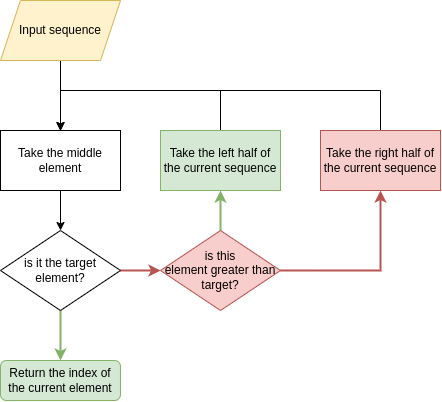
The draw.io diagram drawio/binary_search_flowchart.drawio.png in Daniel-March-Portfolio/.github, before a commit. Source tidied: cells renumbered, new cells last; positions are measured from the earlier drawing's top-left corner, leaving out a move shared by most shapes.
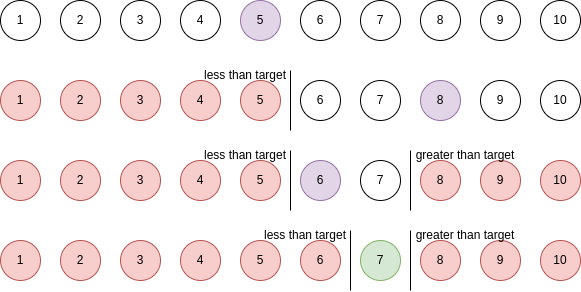
After the change.

What changed in the source:
```diff
@@ -2,61 +2,170 @@
   <root>
     <mxCell id="0" />
     <mxCell id="1" parent="0" />
-    <mxCell id="2" style="edgeStyle=orthogonalEdgeStyle;rounded=0;jettySize=auto;html=1;exitX=0.5;exitY=1;exitDx=0;exitDy=0;" parent="1" edge="1" source="3" target="5">
-      <mxGeometry relative="1" as="geometry" />
-    </mxCell>
-    <mxCell id="3" value="Input sequence" style="shape=parallelogram;perimeter=parallelogramPerimeter;whiteSpace=wrap;html=1;fixedSize=1;fillColor=#fff2cc;strokeColor=#d6b656;" parent="1" vertex="1">
-      <mxGeometry width="120" height="60" as="geometry" />
-    </mxCell>
-    <mxCell id="4" style="edgeStyle=orthogonalEdgeStyle;rounded=0;jettySize=auto;html=1;exitX=0.5;exitY=1;exitDx=0;exitDy=0;" parent="1" edge="1" source="5" target="8">
-      <mxGeometry relative="1" as="geometry" />
-    </mxCell>
-    <mxCell id="5" value="Take the middle element" style="rounded=0;whiteSpace=wrap;html=1;" parent="1" vertex="1">
-      <mxGeometry y="130" width="120" height="60" as="geometry" />
-    </mxCell>
-    <mxCell id="6" style="edgeStyle=orthogonalEdgeStyle;rounded=0;jettySize=auto;html=1;exitX=0.5;exitY=1;exitDx=0;exitDy=0;fillColor=#d5e8d4;strokeColor=#82b366;strokeWidth=2;" parent="1" edge="1" source="8" target="9">
-      <mxGeometry relative="1" as="geometry" />
-    </mxCell>
-    <mxCell id="7" style="edgeStyle=orthogonalEdgeStyle;rounded=0;jettySize=auto;html=1;exitX=1;exitY=0.5;exitDx=0;exitDy=0;fillColor=#f8cecc;strokeColor=#b85450;strokeWidth=2;" parent="1" edge="1" source="8" target="12">
-      <mxGeometry relative="1" as="geometry" />
-    </mxCell>
-    <mxCell id="8" value="is it the target element?" style="rhombus;whiteSpace=wrap;html=1;" parent="1" vertex="1">
-      <mxGeometry y="230" width="120" height="80" as="geometry" />
-    </mxCell>
-    <mxCell id="9" value="Return the index of the current element" style="rounded=1;whiteSpace=wrap;html=1;fillColor=#d5e8d4;strokeColor=#82b366;" parent="1" vertex="1">
-      <mxGeometry y="360" width="120" height="40" as="geometry" />
-    </mxCell>
-    <mxCell id="10" style="edgeStyle=orthogonalEdgeStyle;rounded=0;jettySize=auto;html=1;exitX=0.5;exitY=0;exitDx=0;exitDy=0;entryX=0.5;entryY=1;entryDx=0;entryDy=0;fillColor=#d5e8d4;strokeColor=#82b366;strokeWidth=2;" parent="1" edge="1" source="12" target="14">
-      <mxGeometry relative="1" as="geometry" />
-    </mxCell>
-    <mxCell id="11" style="edgeStyle=orthogonalEdgeStyle;rounded=0;jettySize=auto;html=1;exitX=1;exitY=0.5;exitDx=0;exitDy=0;entryX=0.5;entryY=1;entryDx=0;entryDy=0;fillColor=#f8cecc;strokeColor=#b85450;strokeWidth=2;" parent="1" edge="1" source="12" target="16">
-      <mxGeometry relative="1" as="geometry" />
-    </mxCell>
-    <mxCell id="12" value="is this &lt;br&gt;element greater than &lt;br&gt;target?" style="rhombus;whiteSpace=wrap;html=1;fillColor=#f8cecc;strokeColor=#b85450;" parent="1" vertex="1">
-      <mxGeometry x="160" y="230" width="120" height="80" as="geometry" />
-    </mxCell>
-    <mxCell id="13" style="edgeStyle=orthogonalEdgeStyle;rounded=0;jettySize=auto;html=1;exitX=0.5;exitY=0;exitDx=0;exitDy=0;entryX=0.5;entryY=0;entryDx=0;entryDy=0;" parent="1" edge="1" source="14" target="5">
-      <mxGeometry relative="1" as="geometry">
-        <Array as="points">
-          <mxPoint x="220" y="90" />
-          <mxPoint x="60" y="90" />
-        </Array>
-      </mxGeometry>
-    </mxCell>
-    <mxCell id="14" value="Take the left half of the current sequence" style="rounded=0;whiteSpace=wrap;html=1;fillColor=#d5e8d4;strokeColor=#82b366;" parent="1" vertex="1">
-      <mxGeometry x="160" y="130" width="120" height="60" as="geometry" />
-    </mxCell>
-    <mxCell id="15" style="edgeStyle=orthogonalEdgeStyle;rounded=0;jettySize=auto;html=1;exitX=0.5;exitY=0;exitDx=0;exitDy=0;" parent="1" edge="1" source="16">
-      <mxGeometry relative="1" as="geometry">
-        <mxPoint x="60" y="130.3" as="targetPoint" />
-        <Array as="points">
-          <mxPoint x="380" y="90" />
-          <mxPoint x="60" y="90" />
-        </Array>
-      </mxGeometry>
-    </mxCell>
-    <mxCell id="16" value="Take the right half of the current sequence" style="rounded=0;whiteSpace=wrap;html=1;fillColor=#f8cecc;strokeColor=#b85450;" parent="1" vertex="1">
-      <mxGeometry x="320" y="130" width="120" height="60" as="geometry" />
-    </mxCell>
+    <mxCell id="17" value="1" style="ellipse;whiteSpace=wrap;html=1;" parent="1" vertex="1">
+      <mxGeometry x="-360" y="-90" width="40" height="40" as="geometry" />
+    </mxCell>
+    <mxCell id="18" value="2" style="ellipse;whiteSpace=wrap;html=1;" parent="1" vertex="1">
+      <mxGeometry x="-300" y="-90" width="40" height="40" as="geometry" />
+    </mxCell>
+    <mxCell id="19" value="3" style="ellipse;whiteSpace=wrap;html=1;" parent="1" vertex="1">
+      <mxGeometry x="-240" y="-90" width="40" height="40" as="geometry" />
+    </mxCell>
+    <mxCell id="20" value="4" style="ellipse;whiteSpace=wrap;html=1;" parent="1" vertex="1">
+      <mxGeometry x="-180" y="-90" width="40" height="40" as="geometry" />
+    </mxCell>
+    <mxCell id="21" value="5" style="ellipse;whiteSpace=wrap;html=1;fillColor=#e1d5e7;strokeColor=#9673a6;" parent="1" vertex="1">
+      <mxGeometry x="-120" y="-90" width="40" height="40" as="geometry" />
+    </mxCell>
+    <mxCell id="22" value="6" style="ellipse;whiteSpace=wrap;html=1;" parent="1" vertex="1">
+      <mxGeometry x="-60" y="-90" width="40" height="40" as="geometry" />
+    </mxCell>
+    <mxCell id="23" value="7" style="ellipse;whiteSpace=wrap;html=1;" parent="1" vertex="1">
+      <mxGeometry y="-90" width="40" height="40" as="geometry" />
+    </mxCell>
+    <mxCell id="24" value="8" style="ellipse;whiteSpace=wrap;html=1;" parent="1" vertex="1">
+      <mxGeometry x="60" y="-90" width="40" height="40" as="geometry" />
+    </mxCell>
+    <mxCell id="25" value="9" style="ellipse;whiteSpace=wrap;html=1;" parent="1" vertex="1">
+      <mxGeometry x="120" y="-90" width="40" height="40" as="geometry" />
+    </mxCell>
+    <mxCell id="26" value="10" style="ellipse;whiteSpace=wrap;html=1;" parent="1" vertex="1">
+      <mxGeometry x="180" y="-90" width="40" height="40" as="geometry" />
+    </mxCell>
+    <mxCell id="27" value="1" style="ellipse;whiteSpace=wrap;html=1;fillColor=#f8cecc;strokeColor=#b85450;" parent="1" vertex="1">
+      <mxGeometry x="-360" y="-10" width="40" height="40" as="geometry" />
+    </mxCell>
+    <mxCell id="28" value="2" style="ellipse;whiteSpace=wrap;html=1;fillColor=#f8cecc;strokeColor=#b85450;" parent="1" vertex="1">
+      <mxGeometry x="-300" y="-10" width="40" height="40" as="geometry" />
+    </mxCell>
+    <mxCell id="29" value="3" style="ellipse;whiteSpace=wrap;html=1;fillColor=#f8cecc;strokeColor=#b85450;" parent="1" vertex="1">
+      <mxGeometry x="-240" y="-10" width="40" height="40" as="geometry" />
+    </mxCell>
+    <mxCell id="30" value="4" style="ellipse;whiteSpace=wrap;html=1;fillColor=#f8cecc;strokeColor=#b85450;" parent="1" vertex="1">
+      <mxGeometry x="-180" y="-10" width="40" height="40" as="geometry" />
+    </mxCell>
+    <mxCell id="31" value="5" style="ellipse;whiteSpace=wrap;html=1;fillColor=#f8cecc;strokeColor=#b85450;" parent="1" vertex="1">
+      <mxGeometry x="-120" y="-10" width="40" height="40" as="geometry" />
+    </mxCell>
+    <mxCell id="32" value="6" style="ellipse;whiteSpace=wrap;html=1;" parent="1" vertex="1">
+      <mxGeometry x="-60" y="-10" width="40" height="40" as="geometry" />
+    </mxCell>
+    <mxCell id="33" value="7" style="ellipse;whiteSpace=wrap;html=1;" parent="1" vertex="1">
+      <mxGeometry y="-10" width="40" height="40" as="geometry" />
+    </mxCell>
+    <mxCell id="34" value="8" style="ellipse;whiteSpace=wrap;html=1;fillColor=#e1d5e7;strokeColor=#9673a6;" parent="1" vertex="1">
+      <mxGeometry x="60" y="-10" width="40" height="40" as="geometry" />
+    </mxCell>
+    <mxCell id="35" value="9" style="ellipse;whiteSpace=wrap;html=1;" parent="1" vertex="1">
+      <mxGeometry x="120" y="-10" width="40" height="40" as="geometry" />
+    </mxCell>
+    <mxCell id="36" value="10" style="ellipse;whiteSpace=wrap;html=1;" parent="1" vertex="1">
+      <mxGeometry x="180" y="-10" width="40" height="40" as="geometry" />
+    </mxCell>
+    <mxCell id="37" value="1" style="ellipse;whiteSpace=wrap;html=1;fillColor=#f8cecc;strokeColor=#b85450;" parent="1" vertex="1">
+      <mxGeometry x="-360" y="70" width="40" height="40" as="geometry" />
+    </mxCell>
+    <mxCell id="38" value="2" style="ellipse;whiteSpace=wrap;html=1;fillColor=#f8cecc;strokeColor=#b85450;" parent="1" vertex="1">
+      <mxGeometry x="-300" y="70" width="40" height="40" as="geometry" />
+    </mxCell>
+    <mxCell id="39" value="3" style="ellipse;whiteSpace=wrap;html=1;fillColor=#f8cecc;strokeColor=#b85450;" parent="1" vertex="1">
+      <mxGeometry x="-240" y="70" width="40" height="40" as="geometry" />
+    </mxCell>
+    <mxCell id="40" value="4" style="ellipse;whiteSpace=wrap;html=1;fillColor=#f8cecc;strokeColor=#b85450;" parent="1" vertex="1">
+      <mxGeometry x="-180" y="70" width="40" height="40" as="geometry" />
+    </mxCell>
+    <mxCell id="41" value="5" style="ellipse;whiteSpace=wrap;html=1;fillColor=#f8cecc;strokeColor=#b85450;" parent="1" vertex="1">
+      <mxGeometry x="-120" y="70" width="40" height="40" as="geometry" />
+    </mxCell>
+    <mxCell id="42" value="6" style="ellipse;whiteSpace=wrap;html=1;fillColor=#e1d5e7;strokeColor=#9673a6;" parent="1" vertex="1">
+      <mxGeometry x="-60" y="70" width="40" height="40" as="geometry" />
+    </mxCell>
+    <mxCell id="43" value="7" style="ellipse;whiteSpace=wrap;html=1;" parent="1" vertex="1">
+      <mxGeometry y="70" width="40" height="40" as="geometry" />
+    </mxCell>
+    <mxCell id="44" value="8" style="ellipse;whiteSpace=wrap;html=1;fillColor=#f8cecc;strokeColor=#b85450;" parent="1" vertex="1">
+      <mxGeometry x="60" y="70" width="40" height="40" as="geometry" />
+    </mxCell>
+    <mxCell id="45" value="9" style="ellipse;whiteSpace=wrap;html=1;fillColor=#f8cecc;strokeColor=#b85450;" parent="1" vertex="1">
+      <mxGeometry x="120" y="70" width="40" height="40" as="geometry" />
+    </mxCell>
+    <mxCell id="46" value="10" style="ellipse;whiteSpace=wrap;html=1;fillColor=#f8cecc;strokeColor=#b85450;" parent="1" vertex="1">
+      <mxGeometry x="180" y="70" width="40" height="40" as="geometry" />
+    </mxCell>
+    <mxCell id="47" value="1" style="ellipse;whiteSpace=wrap;html=1;fillColor=#f8cecc;strokeColor=#b85450;" parent="1" vertex="1">
+      <mxGeometry x="-360" y="150" width="40" height="40" as="geometry" />
+    </mxCell>
+    <mxCell id="48" value="2" style="ellipse;whiteSpace=wrap;html=1;fillColor=#f8cecc;strokeColor=#b85450;" parent="1" vertex="1">
+      <mxGeometry x="-300" y="150" width="40" height="40" as="geometry" />
+    </mxCell>
+    <mxCell id="49" value="3" style="ellipse;whiteSpace=wrap;html=1;fillColor=#f8cecc;strokeColor=#b85450;" parent="1" vertex="1">
+      <mxGeometry x="-240" y="150" width="40" height="40" as="geometry" />
+    </mxCell>
+    <mxCell id="50" value="4" style="ellipse;whiteSpace=wrap;html=1;fillColor=#f8cecc;strokeColor=#b85450;" parent="1" vertex="1">
+      <mxGeometry x="-180" y="150" width="40" height="40" as="geometry" />
+    </mxCell>
+    <mxCell id="51" value="5" style="ellipse;whiteSpace=wrap;html=1;fillColor=#f8cecc;strokeColor=#b85450;" parent="1" vertex="1">
+      <mxGeometry x="-120" y="150" width="40" height="40" as="geometry" />
+    </mxCell>
+    <mxCell id="52" value="6" style="ellipse;whiteSpace=wrap;html=1;fillColor=#f8cecc;strokeColor=#b85450;" parent="1" vertex="1">
+      <mxGeometry x="-60" y="150" width="40" height="40" as="geometry" />
+    </mxCell>
+    <mxCell id="53" value="7" style="ellipse;whiteSpace=wrap;html=1;fillColor=#d5e8d4;strokeColor=#82b366;" parent="1" vertex="1">
+      <mxGeometry y="150" width="40" height="40" as="geometry" />
+    </mxCell>
+    <mxCell id="54" value="8" style="ellipse;whiteSpace=wrap;html=1;fillColor=#f8cecc;strokeColor=#b85450;" parent="1" vertex="1">
+      <mxGeometry x="60" y="150" width="40" height="40" as="geometry" />
+    </mxCell>
+    <mxCell id="55" value="9" style="ellipse;whiteSpace=wrap;html=1;fillColor=#f8cecc;strokeColor=#b85450;" parent="1" vertex="1">
+      <mxGeometry x="120" y="150" width="40" height="40" as="geometry" />
+    </mxCell>
+    <mxCell id="56" value="10" style="ellipse;whiteSpace=wrap;html=1;fillColor=#f8cecc;strokeColor=#b85450;" parent="1" vertex="1">
+      <mxGeometry x="180" y="150" width="40" height="40" as="geometry" />
+    </mxCell>
+    <mxCell id="57" style="endArrow=none;html=1;rounded=0;" parent="1" edge="1">
+      <mxGeometry relative="1" as="geometry">
+        <mxPoint x="-70" y="40" as="sourcePoint" />
+        <mxPoint x="-70" y="-20" as="targetPoint" />
+      </mxGeometry>
+    </mxCell>
+    <mxCell id="58" value="less than target" style="text;html=1;strokeColor=none;fillColor=none;align=center;verticalAlign=middle;whiteSpace=wrap;rounded=0;" parent="1" vertex="1">
+      <mxGeometry x="-160" y="-20" width="90" height="10" as="geometry" />
+    </mxCell>
+    <mxCell id="59" style="endArrow=none;html=1;rounded=0;" parent="1" edge="1">
+      <mxGeometry relative="1" as="geometry">
+        <mxPoint x="-70" y="120" as="sourcePoint" />
+        <mxPoint x="-70" y="60" as="targetPoint" />
+      </mxGeometry>
+    </mxCell>
+    <mxCell id="60" value="less than target" style="text;html=1;strokeColor=none;fillColor=none;align=center;verticalAlign=middle;whiteSpace=wrap;rounded=0;" parent="1" vertex="1">
+      <mxGeometry x="-160" y="60" width="90" height="10" as="geometry" />
+    </mxCell>
+    <mxCell id="61" style="endArrow=none;html=1;rounded=0;" parent="1" edge="1">
+      <mxGeometry relative="1" as="geometry">
+        <mxPoint x="-10" y="200" as="sourcePoint" />
+        <mxPoint x="-10" y="140" as="targetPoint" />
+      </mxGeometry>
+    </mxCell>
+    <mxCell id="62" value="less than target" style="text;html=1;strokeColor=none;fillColor=none;align=center;verticalAlign=middle;whiteSpace=wrap;rounded=0;" parent="1" vertex="1">
+      <mxGeometry x="-100" y="140" width="90" height="10" as="geometry" />
+    </mxCell>
+    <mxCell id="63" style="endArrow=none;html=1;rounded=0;" parent="1" edge="1">
+      <mxGeometry relative="1" as="geometry">
+        <mxPoint x="50" y="200" as="sourcePoint" />
+        <mxPoint x="50" y="140" as="targetPoint" />
+      </mxGeometry>
+    </mxCell>
+    <mxCell id="64" value="greater&amp;nbsp;than target" style="text;html=1;strokeColor=none;fillColor=none;align=center;verticalAlign=middle;whiteSpace=wrap;rounded=0;" parent="1" vertex="1">
+      <mxGeometry x="50" y="140" width="110" height="10" as="geometry" />
+    </mxCell>
+    <mxCell id="65" value="greater&amp;nbsp;than target" style="text;html=1;strokeColor=none;fillColor=none;align=center;verticalAlign=middle;whiteSpace=wrap;rounded=0;" parent="1" vertex="1">
+      <mxGeometry x="50" y="60" width="110" height="10" as="geometry" />
+    </mxCell>
+    <mxCell id="66" style="endArrow=none;html=1;rounded=0;" parent="1" edge="1">
+      <mxGeometry relative="1" as="geometry">
+        <mxPoint x="50" y="120" as="sourcePoint" />
+        <mxPoint x="50" y="60" as="targetPoint" />
+      </mxGeometry>
+    </mxCell>
   </root>
 </mxGraphModel>
```
